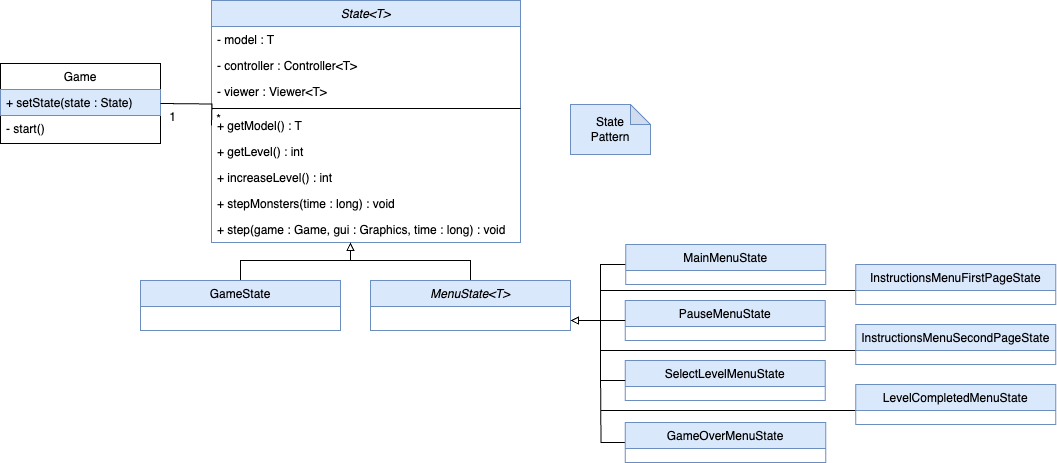
Before: docs/resources/State.png, a diagram exported from draw.io (SimaoNery/BadIceCream-L.D.T.S). Source tidied: cells renumbered, new cells last; positions are measured from the earlier drawing's top-left corner, leaving out a move shared by most shapes.
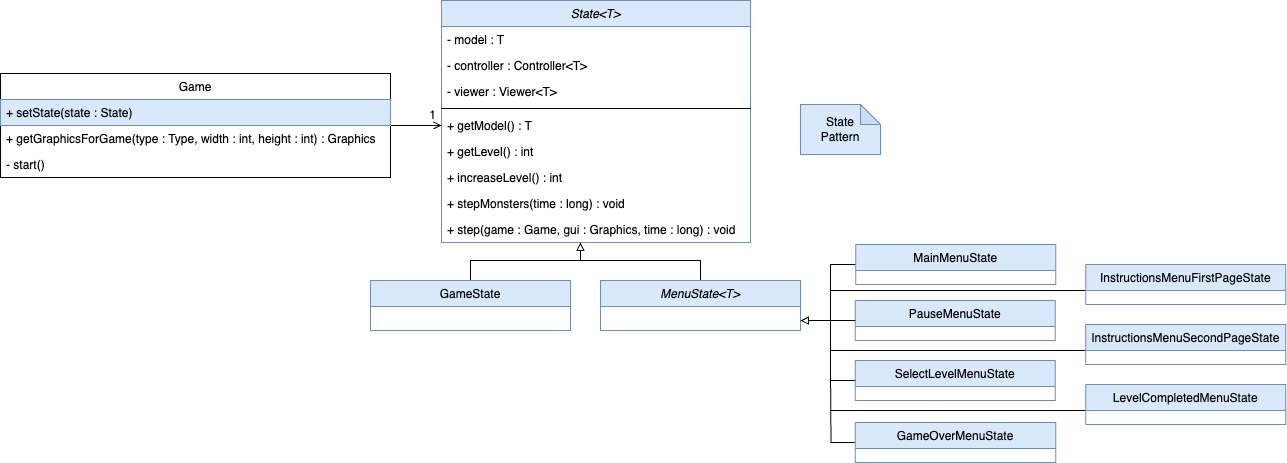
After the commit.

Change to the diagram source:
```diff
@@ -67,8 +67,8 @@
         </Array>
       </mxGeometry>
     </mxCell>
-    <mxCell id="18" value="*" style="text;html=1;align=center;verticalAlign=middle;strokeColor=none;fillColor=none;" parent="1" vertex="1">
-      <mxGeometry x="203" y="104" width="30" height="30" as="geometry" />
+    <mxCell id="18" value="1" style="text;html=1;align=center;verticalAlign=middle;strokeColor=none;fillColor=none;" parent="1" vertex="1">
+      <mxGeometry x="187" y="100" width="30" height="30" as="geometry" />
     </mxCell>
     <mxCell id="19" value="SelectLevelMenuState" style="swimlane;fontStyle=0;align=center;verticalAlign=top;horizontal=1;startSize=26;rounded=0;shadow=0;strokeWidth=1;fillColor=#dae8fc;strokeColor=#6c8ebf;" parent="1" vertex="1">
       <mxGeometry x="624.8" y="360" width="200" height="40" as="geometry" />
@@ -136,26 +136,23 @@
     <mxCell id="30" value="GameState" style="swimlane;fontStyle=0;align=center;verticalAlign=top;horizontal=1;startSize=26;rounded=0;shadow=0;strokeWidth=1;fillColor=#dae8fc;strokeColor=#6c8ebf;" parent="1" vertex="1">
       <mxGeometry x="140" y="280" width="200" height="50" as="geometry" />
     </mxCell>
+    <mxCell id="36" value="State &lt;br&gt;Pattern" style="shape=note;whiteSpace=wrap;html=1;backgroundOutline=1;darkOpacity=0.05;size=20;fillColor=#dae8fc;strokeColor=#6c8ebf;" parent="1" vertex="1">
+      <mxGeometry x="570" y="104" width="80" height="50" as="geometry" />
+    </mxCell>
+    <mxCell id="37" style="edgeStyle=orthogonalEdgeStyle;rounded=0;jettySize=auto;html=1;entryX=0;entryY=0.5;entryDx=0;entryDy=0;endArrow=open;endFill=0;" parent="1" edge="1" source="31" target="7">
+      <mxGeometry relative="1" as="geometry" />
+    </mxCell>
     <mxCell id="31" value="Game" style="swimlane;fontStyle=0;align=center;verticalAlign=top;horizontal=1;startSize=26;rounded=0;shadow=0;strokeWidth=1;" parent="1" vertex="1">
-      <mxGeometry y="63" width="160" height="80" as="geometry" />
+      <mxGeometry x="-230" y="73" width="390" height="104" as="geometry" />
     </mxCell>
     <mxCell id="32" value="+ setState(state : State)" style="text;align=left;verticalAlign=top;spacingLeft=4;spacingRight=4;overflow=hidden;fontStyle=0;fillColor=#dae8fc;strokeColor=#6c8ebf;" parent="31" vertex="1">
-      <mxGeometry y="26" width="160" height="26" as="geometry" />
+      <mxGeometry y="26" width="390" height="26" as="geometry" />
     </mxCell>
+    <mxCell id="38" value="+ getGraphicsForGame(type : Type, width : int, height : int) : Graphics" style="text;align=left;verticalAlign=top;spacingLeft=4;spacingRight=4;overflow=hidden;fontStyle=0;" parent="31" vertex="1">
+      <mxGeometry y="52" width="390" height="26" as="geometry" />
+    </mxCell>
     <mxCell id="33" value="- start()" style="text;align=left;verticalAlign=top;spacingLeft=4;spacingRight=4;overflow=hidden;" parent="31" vertex="1">
-      <mxGeometry y="52" width="160" height="26" as="geometry" />
+      <mxGeometry y="78" width="390" height="26" as="geometry" />
     </mxCell>
-    <mxCell id="34" style="edgeStyle=orthogonalEdgeStyle;rounded=0;orthogonalLoop=1;jettySize=auto;html=1;entryX=0;entryY=0.5;entryDx=0;entryDy=0;endArrow=none;endFill=0;" parent="1" edge="1">
-      <mxGeometry relative="1" as="geometry">
-        <mxPoint x="160" y="103" as="sourcePoint" />
-        <mxPoint x="211" y="125" as="targetPoint" />
-      </mxGeometry>
-    </mxCell>
-    <mxCell id="35" value="1" style="text;html=1;align=center;verticalAlign=middle;strokeColor=none;fillColor=none;" parent="1" vertex="1">
-      <mxGeometry x="157" y="102" width="30" height="30" as="geometry" />
-    </mxCell>
-    <mxCell id="36" value="State &lt;br&gt;Pattern" style="shape=note;whiteSpace=wrap;html=1;backgroundOutline=1;darkOpacity=0.05;size=20;fillColor=#dae8fc;strokeColor=#6c8ebf;" parent="1" vertex="1">
-      <mxGeometry x="570" y="104" width="80" height="50" as="geometry" />
-    </mxCell>
   </root>
 </mxGraphModel>
```
